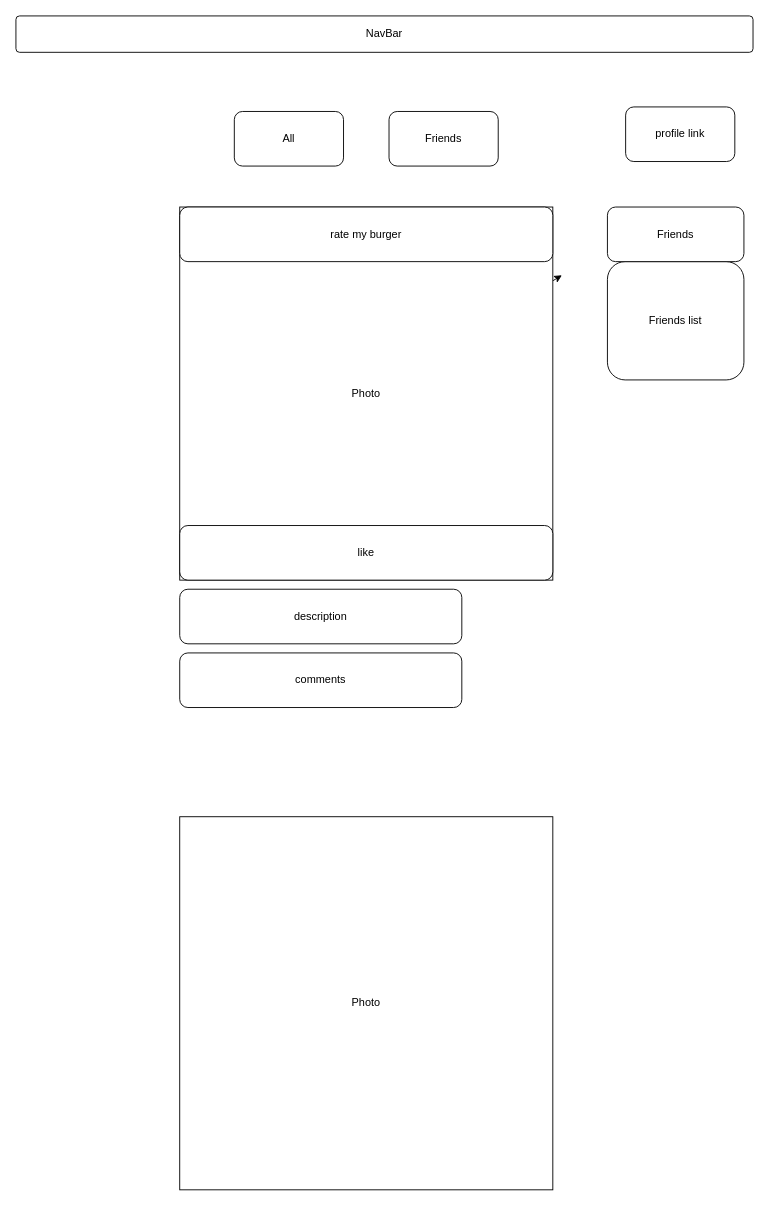
This is frontend/wireFrame.drawio from gmbare/DCC-SocialMediaClone, a draw.io file, before an edit. Source tidied: cells renumbered, new cells numbered last; positions are measured from the earlier drawing's top-left corner, leaving out a move shared by most shapes. Both pictures are drawn from the tidied source at 91%, with x=0, y=0 at pixel (15, 15).
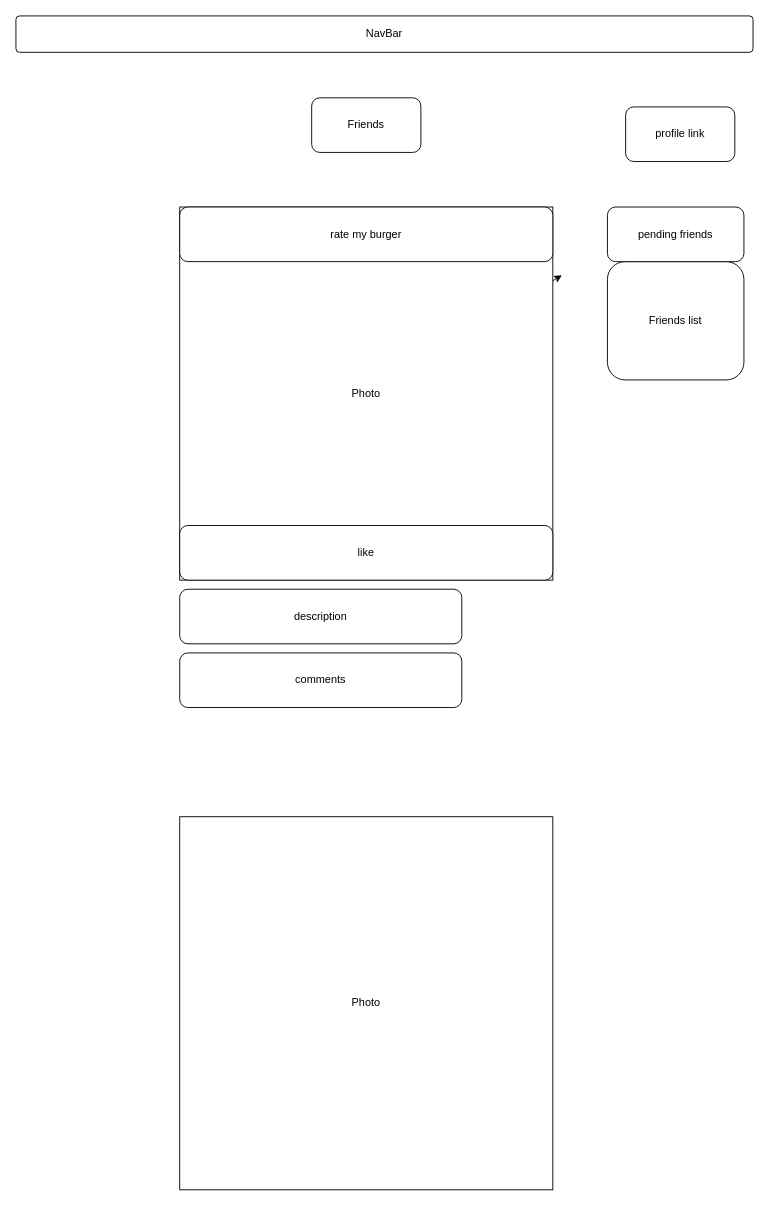
The same diagram, later.

Commit message (it also covers changes not shown here):
adding friends list on front end

The edit, as a diff of the source:
```diff
@@
 <mxGraphModel>
   <root>
     <mxCell id="0" />
     <mxCell id="1" parent="0" />
     <mxCell id="2" value="NavBar" style="rounded=1;arcSize=10;whiteSpace=wrap;html=1;align=center;" parent="1" vertex="1">
       <mxGeometry width="810" height="40" as="geometry" />
     </mxCell>
     <mxCell id="3" style="edgeStyle=none;html=1;" parent="1" edge="1" source="4">
       <mxGeometry relative="1" as="geometry">
         <mxPoint x="600" y="285" as="targetPoint" />
         <Array as="points">
           <mxPoint x="600" y="285" />
         </Array>
       </mxGeometry>
     </mxCell>
     <mxCell id="4" value="Photo" style="whiteSpace=wrap;html=1;" parent="1" vertex="1">
       <mxGeometry x="180" y="210" width="410" height="410" as="geometry" />
     </mxCell>
     <mxCell id="5" value="comments" style="rounded=1;whiteSpace=wrap;html=1;" parent="1" vertex="1">
       <mxGeometry x="180" y="700" width="310" height="60" as="geometry" />
     </mxCell>
     <mxCell id="6" value="Photo" style="whiteSpace=wrap;html=1;" parent="1" vertex="1">
       <mxGeometry x="180" y="880" width="410" height="410" as="geometry" />
     </mxCell>
     <mxCell id="7" value="rate my burger" style="rounded=1;whiteSpace=wrap;html=1;" parent="1" vertex="1">
       <mxGeometry x="180" y="210" width="410" height="60" as="geometry" />
     </mxCell>
     <mxCell id="8" value="description" style="rounded=1;whiteSpace=wrap;html=1;" parent="1" vertex="1">
       <mxGeometry x="180" y="630" width="310" height="60" as="geometry" />
     </mxCell>
     <mxCell id="9" value="like" style="rounded=1;whiteSpace=wrap;html=1;" parent="1" vertex="1">
       <mxGeometry x="180" y="560" width="410" height="60" as="geometry" />
     </mxCell>
     <mxCell id="10" value="Friends list" style="rounded=1;whiteSpace=wrap;html=1;" parent="1" vertex="1">
       <mxGeometry x="650" y="270" width="150" height="130" as="geometry" />
     </mxCell>
-    <mxCell id="11" value="All" style="rounded=1;whiteSpace=wrap;html=1;" parent="1" vertex="1">
-      <mxGeometry x="240" y="105" width="120" height="60" as="geometry" />
-    </mxCell>
     <mxCell id="12" value="Friends" style="rounded=1;whiteSpace=wrap;html=1;" parent="1" vertex="1">
-      <mxGeometry x="410" y="105" width="120" height="60" as="geometry" />
+      <mxGeometry x="325" y="90" width="120" height="60" as="geometry" />
     </mxCell>
-    <mxCell id="13" value="Friends" style="rounded=1;whiteSpace=wrap;html=1;" parent="1" vertex="1">
+    <mxCell id="13" value="pending friends" style="rounded=1;whiteSpace=wrap;html=1;" parent="1" vertex="1">
       <mxGeometry x="650" y="210" width="150" height="60" as="geometry" />
     </mxCell>
     <mxCell id="14" value="profile link" style="rounded=1;whiteSpace=wrap;html=1;" parent="1" vertex="1">
       <mxGeometry x="670" y="100" width="120" height="60" as="geometry" />
     </mxCell>
   </root>
 </mxGraphModel>
```
